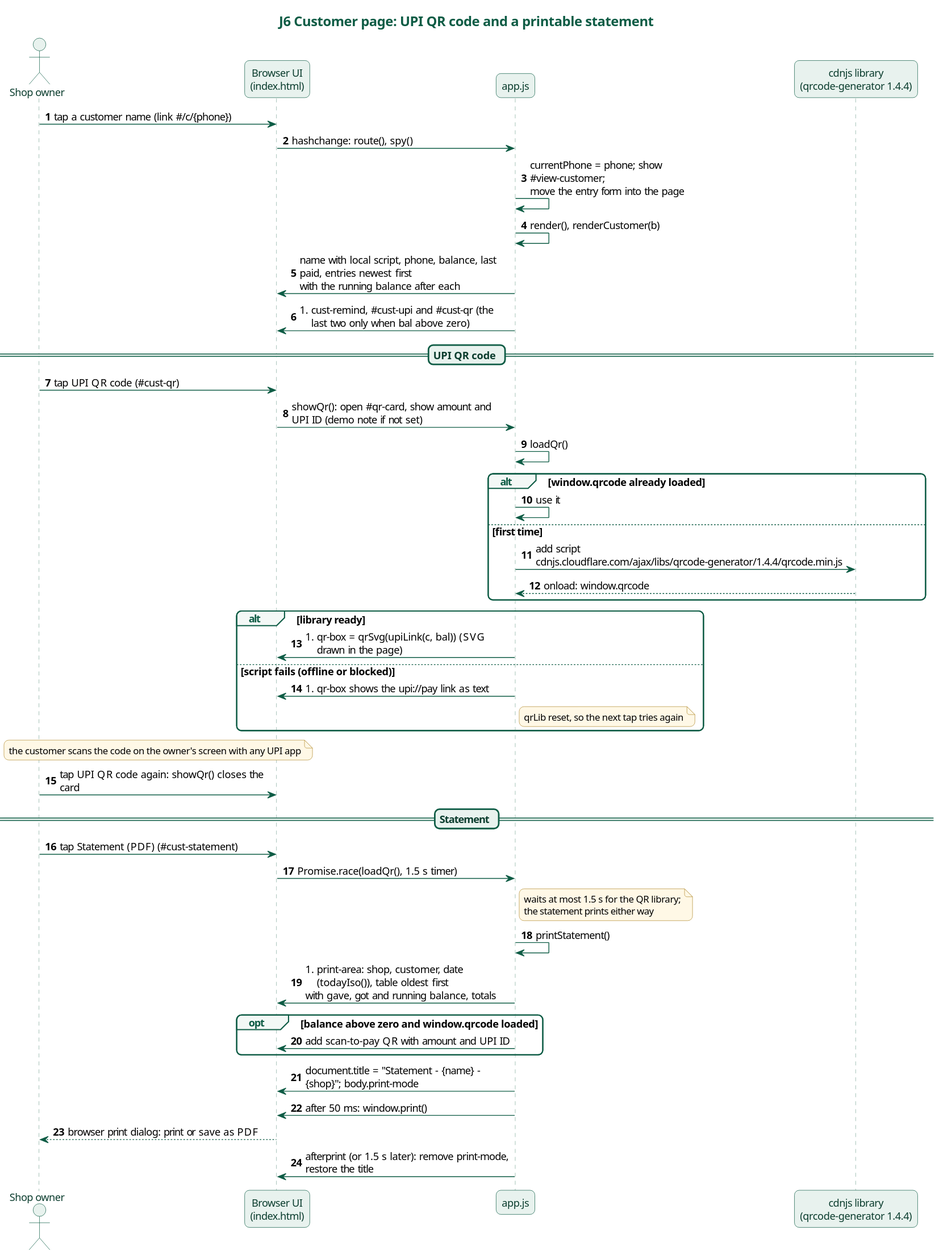
Above: docs/diagrams/j6-qr-and-statement.svg in karwasanjay007/hisaab-docs (PlantUML), before the change.
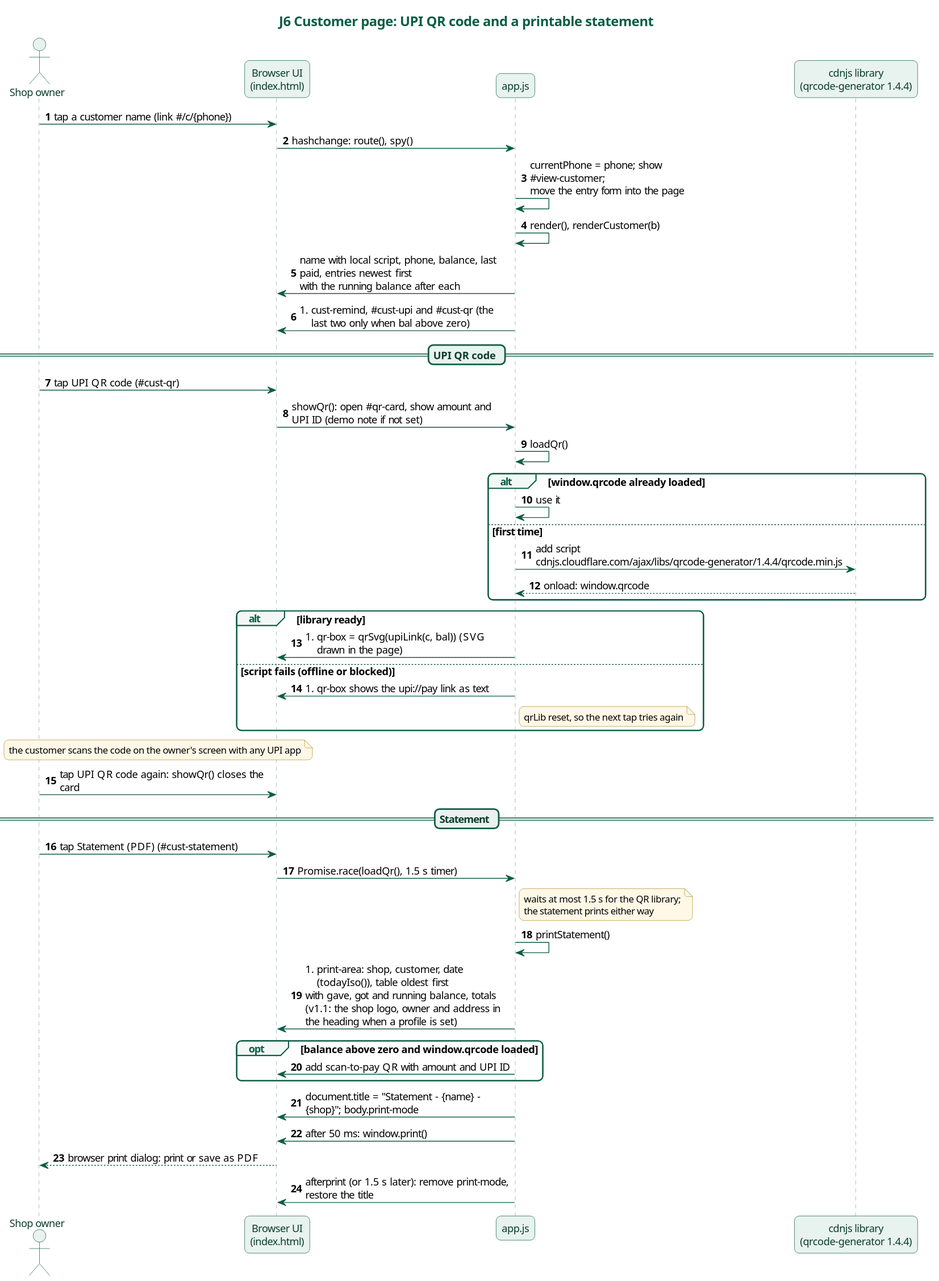
Above is the later version.

Commit message:
Diagrams for version 1.1.0.0: J1 loads the add-ons, J6 statement carries the shop profile, J9 cache hisaab-v3 with the new files

Change to the diagram source:
```diff
@@ -71,7 +71,7 @@
 UI -> App : Promise.race(loadQr(), 1.5 s timer)
 note right of App : waits at most 1.5 s for the QR library;\nthe statement prints either way
 App -> App : printStatement()
-App -> UI : #print-area: shop, customer, date (todayIso()), table oldest first\nwith gave, got and running balance, totals
+App -> UI : #print-area: shop, customer, date (todayIso()), table oldest first\nwith gave, got and running balance, totals\n(v1.1: the shop logo, owner and address in the heading when a profile is set)
 opt balance above zero and window.qrcode loaded
   App -> UI : add scan-to-pay QR with amount and UPI ID
 end
```
